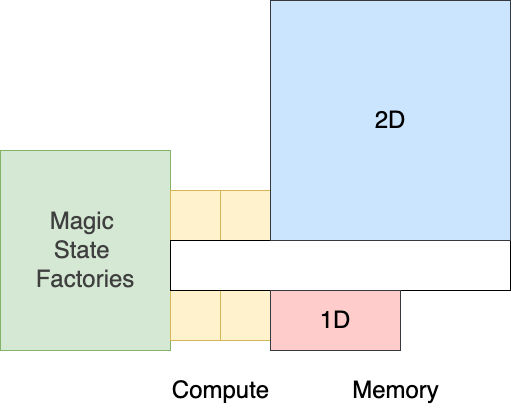
This is diagrams/img/Architecture.png from gunagya/quicksilver, a draw.io export, as it was before one commit. Source tidied: cells renumbered, new cells last; positions are measured from the earlier drawing's top-left corner, leaving out a move shared by most shapes.
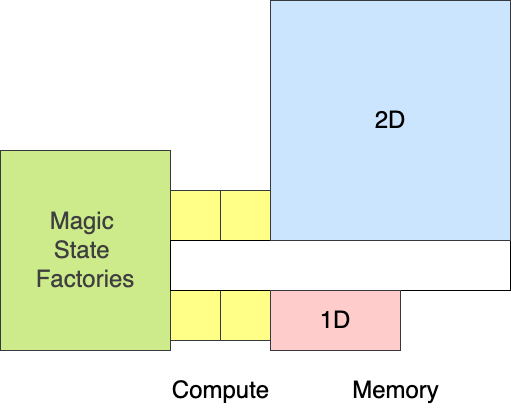
Above is the later version.

The edit, as a diff of the source:
```diff
@@ -2,7 +2,7 @@
   <root>
     <mxCell id="0" />
     <mxCell id="1" parent="0" />
-    <mxCell id="2" value="&lt;span style=&quot;color: rgb(63, 63, 63); font-size: 24px; text-wrap-mode: nowrap;&quot;&gt;Magic&amp;nbsp;&lt;/span&gt;&lt;div&gt;&lt;span style=&quot;color: rgb(63, 63, 63); font-size: 24px; text-wrap-mode: nowrap;&quot;&gt;State&amp;nbsp;&lt;/span&gt;&lt;/div&gt;&lt;div&gt;&lt;span style=&quot;color: rgb(63, 63, 63); font-size: 24px; text-wrap-mode: nowrap;&quot;&gt;Factories&lt;/span&gt;&lt;/div&gt;" style="rounded=0;whiteSpace=wrap;html=1;fillColor=#d5e8d4;strokeColor=#82b366;" parent="1" vertex="1">
+    <mxCell id="2" value="&lt;span style=&quot;color: rgb(63, 63, 63); font-size: 24px; text-wrap-mode: nowrap;&quot;&gt;Magic&amp;nbsp;&lt;/span&gt;&lt;div&gt;&lt;span style=&quot;color: rgb(63, 63, 63); font-size: 24px; text-wrap-mode: nowrap;&quot;&gt;State&amp;nbsp;&lt;/span&gt;&lt;/div&gt;&lt;div&gt;&lt;span style=&quot;color: rgb(63, 63, 63); font-size: 24px; text-wrap-mode: nowrap;&quot;&gt;Factories&lt;/span&gt;&lt;/div&gt;" style="rounded=0;whiteSpace=wrap;html=1;fillColor=#cdeb8b;strokeColor=#36393d;" parent="1" vertex="1">
       <mxGeometry y="150" width="170" height="200" as="geometry" />
     </mxCell>
     <mxCell id="3" value="&lt;font style=&quot;font-size: 24px;&quot;&gt;Memory&lt;/font&gt;" style="text;html=1;align=center;verticalAlign=middle;strokeColor=none;fillColor=none;" parent="1" vertex="1">
@@ -11,16 +11,16 @@
     <mxCell id="4" style="rounded=0;whiteSpace=wrap;html=1;" parent="1" vertex="1">
       <mxGeometry x="170" y="190" width="100" height="150" as="geometry" />
     </mxCell>
-    <mxCell id="5" style="whiteSpace=wrap;html=1;fillColor=#fff2cc;strokeColor=#d6b656;" parent="1" vertex="1">
+    <mxCell id="5" style="whiteSpace=wrap;html=1;fillColor=#ffff88;strokeColor=#36393d;" parent="1" vertex="1">
       <mxGeometry x="170" y="290" width="50" height="50" as="geometry" />
     </mxCell>
-    <mxCell id="6" style="whiteSpace=wrap;html=1;fillColor=#fff2cc;strokeColor=#d6b656;" parent="1" vertex="1">
+    <mxCell id="6" style="whiteSpace=wrap;html=1;fillColor=#ffff88;strokeColor=#36393d;" parent="1" vertex="1">
       <mxGeometry x="170" y="190" width="50" height="50" as="geometry" />
     </mxCell>
-    <mxCell id="7" style="whiteSpace=wrap;html=1;fillColor=#fff2cc;strokeColor=#d6b656;" parent="1" vertex="1">
+    <mxCell id="7" style="whiteSpace=wrap;html=1;fillColor=#ffff88;strokeColor=#36393d;" parent="1" vertex="1">
       <mxGeometry x="220" y="290" width="50" height="50" as="geometry" />
     </mxCell>
-    <mxCell id="8" style="whiteSpace=wrap;html=1;fillColor=#fff2cc;strokeColor=#d6b656;" parent="1" vertex="1">
+    <mxCell id="8" style="whiteSpace=wrap;html=1;fillColor=#ffff88;strokeColor=#36393d;" parent="1" vertex="1">
       <mxGeometry x="220" y="190" width="50" height="50" as="geometry" />
     </mxCell>
     <mxCell id="9" style="rounded=0;whiteSpace=wrap;html=1;" parent="1" vertex="1">
```
